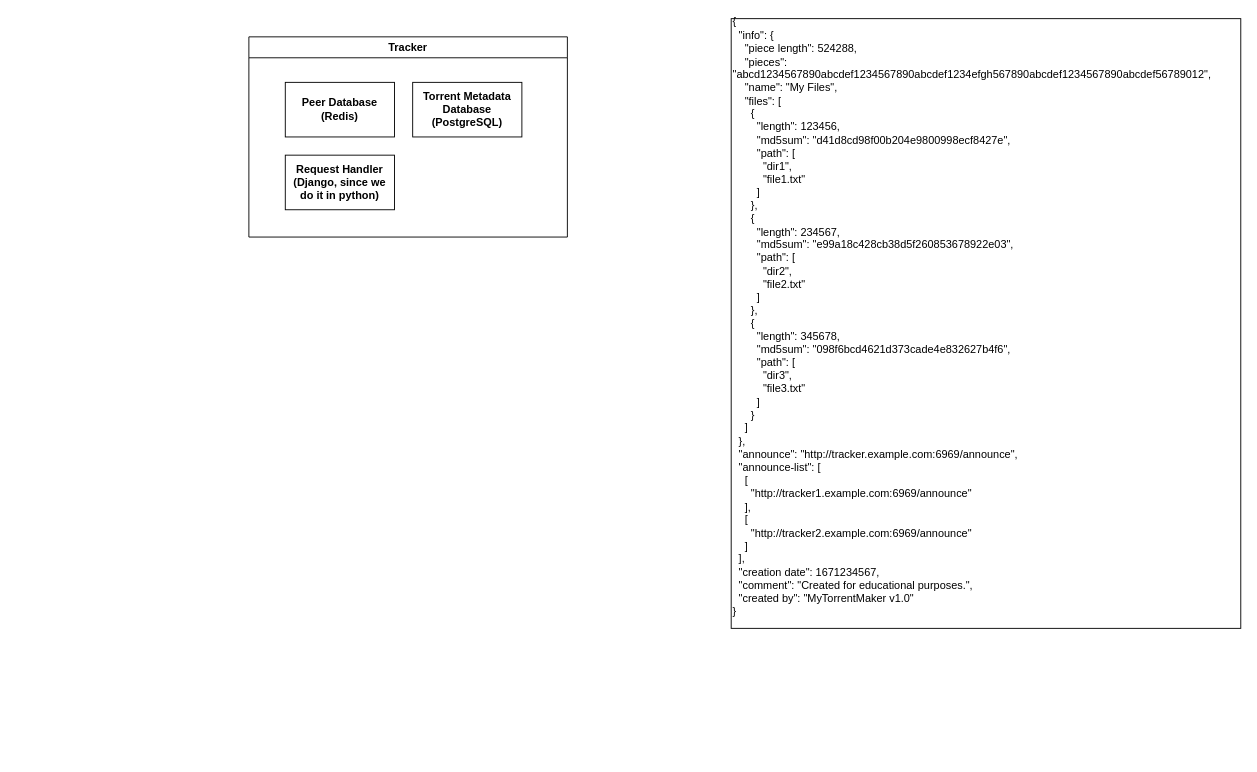
NhanHoThanh/draw.io keeps this draw.io diagram as drawings/ComNet.drawio. Above is the earlier version. Source tidied: cells renumbered, new cells numbered last; positions are measured from the earlier drawing's top-left corner, leaving out a move shared by most shapes. Both pictures are drawn from the tidied source at 91%, with x=0, y=0 at pixel (248, 18).
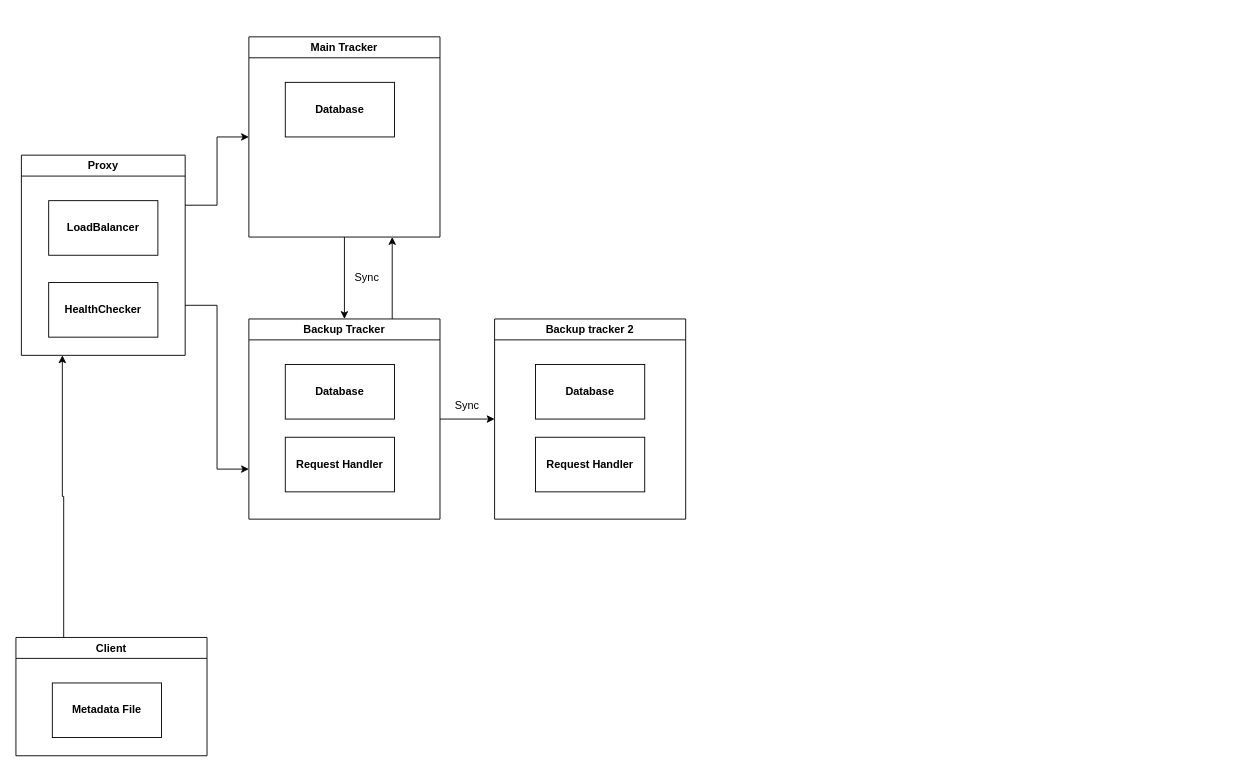
The same page after the edit.

Diff of the diagram source:
```diff
@@
+    <mxCell id="7" style="edgeStyle=orthogonalEdgeStyle;rounded=0;jettySize=auto;html=1;exitX=0.5;exitY=1;exitDx=0;exitDy=0;entryX=0.5;entryY=0;entryDx=0;entryDy=0;" parent="1" edge="1" source="2" target="15">
+      <mxGeometry relative="1" as="geometry" />
+    </mxCell>
-    <mxCell id="2" value="Tracker" style="swimlane;whiteSpace=wrap;html=1;" parent="1" vertex="1">
-      <mxGeometry y="20" width="350" height="220" as="geometry" />
+    <mxCell id="2" value="Main Tracker" style="swimlane;whiteSpace=wrap;html=1;startSize=23;" parent="1" vertex="1">
+      <mxGeometry y="20" width="210" height="220" as="geometry" />
     </mxCell>
-    <mxCell id="3" value="&lt;b&gt;Peer Database&lt;/b&gt;&lt;div&gt;&lt;b&gt;(Redis)&lt;/b&gt;&lt;/div&gt;" style="rounded=0;whiteSpace=wrap;html=1;" parent="2" vertex="1">
+    <mxCell id="3" value="&lt;b&gt;Database&lt;/b&gt;" style="rounded=0;whiteSpace=wrap;html=1;" parent="2" vertex="1">
       <mxGeometry x="40" y="50" width="120" height="60" as="geometry" />
     </mxCell>
-    <mxCell id="4" value="&lt;strong&gt;Torrent Metadata Database&lt;/strong&gt;&lt;div&gt;&lt;strong&gt;(PostgreSQL)&lt;/strong&gt;&lt;/div&gt;" style="rounded=0;whiteSpace=wrap;html=1;" parent="2" vertex="1">
-      <mxGeometry x="180" y="50" width="120" height="60" as="geometry" />
-    </mxCell>
+    <mxCell id="8" style="edgeStyle=orthogonalEdgeStyle;rounded=0;jettySize=auto;html=1;exitX=1;exitY=0.25;exitDx=0;exitDy=0;entryX=0;entryY=0.5;entryDx=0;entryDy=0;" parent="1" edge="1" source="10" target="2">
+      <mxGeometry relative="1" as="geometry" />
+    </mxCell>
+    <mxCell id="9" style="edgeStyle=orthogonalEdgeStyle;rounded=0;jettySize=auto;html=1;exitX=1;exitY=0.75;exitDx=0;exitDy=0;entryX=0;entryY=0.75;entryDx=0;entryDy=0;" parent="1" edge="1" source="10" target="15">
+      <mxGeometry relative="1" as="geometry" />
+    </mxCell>
+    <mxCell id="10" value="Proxy" style="swimlane;whiteSpace=wrap;html=1;startSize=23;" parent="1" vertex="1">
+      <mxGeometry x="-250" y="150" width="180" height="220" as="geometry" />
+    </mxCell>
+    <mxCell id="11" value="&lt;b&gt;LoadBalancer&lt;/b&gt;" style="rounded=0;whiteSpace=wrap;html=1;" parent="10" vertex="1">
+      <mxGeometry x="30" y="50" width="120" height="60" as="geometry" />
+    </mxCell>
+    <mxCell id="12" value="&lt;b&gt;HealthChecker&lt;/b&gt;" style="rounded=0;whiteSpace=wrap;html=1;" parent="10" vertex="1">
+      <mxGeometry x="30" y="140" width="120" height="60" as="geometry" />
+    </mxCell>
+    <mxCell id="13" style="edgeStyle=orthogonalEdgeStyle;rounded=0;jettySize=auto;html=1;exitX=0.75;exitY=0;exitDx=0;exitDy=0;entryX=0.75;entryY=1;entryDx=0;entryDy=0;" parent="1" edge="1" source="15" target="2">
+      <mxGeometry relative="1" as="geometry" />
+    </mxCell>
+    <mxCell id="14" style="edgeStyle=orthogonalEdgeStyle;rounded=0;jettySize=auto;html=1;exitX=1;exitY=0.5;exitDx=0;exitDy=0;entryX=0;entryY=0.5;entryDx=0;entryDy=0;" parent="1" edge="1" source="15" target="17">
+      <mxGeometry relative="1" as="geometry" />
+    </mxCell>
+    <mxCell id="15" value="Backup Tracker" style="swimlane;whiteSpace=wrap;html=1;startSize=23;" parent="1" vertex="1">
+      <mxGeometry y="330" width="210" height="220" as="geometry" />
+    </mxCell>
+    <mxCell id="16" value="&lt;b&gt;Database&lt;/b&gt;" style="rounded=0;whiteSpace=wrap;html=1;" parent="15" vertex="1">
+      <mxGeometry x="40" y="50" width="120" height="60" as="geometry" />
+    </mxCell>
-    <mxCell id="5" value="&lt;b&gt;Request Handler&lt;br&gt;(Django, since we do it in python)&lt;/b&gt;" style="rounded=0;whiteSpace=wrap;html=1;" parent="2" vertex="1">
+    <mxCell id="5" value="&lt;b&gt;Request Handler&lt;/b&gt;" style="rounded=0;whiteSpace=wrap;html=1;" parent="15" vertex="1">
       <mxGeometry x="40" y="130" width="120" height="60" as="geometry" />
     </mxCell>
-    <mxCell id="6" value="&lt;div&gt;{&lt;/div&gt;&lt;div&gt;&amp;nbsp; &quot;info&quot;: {&lt;/div&gt;&lt;div&gt;&amp;nbsp; &amp;nbsp; &quot;piece length&quot;: 524288,&lt;/div&gt;&lt;div&gt;&amp;nbsp; &amp;nbsp; &quot;pieces&quot;: &quot;abcd1234567890abcdef1234567890abcdef1234efgh567890abcdef1234567890abcdef56789012&quot;,&lt;/div&gt;&lt;div&gt;&amp;nbsp; &amp;nbsp; &quot;name&quot;: &quot;My Files&quot;,&lt;/div&gt;&lt;div&gt;&amp;nbsp; &amp;nbsp; &quot;files&quot;: [&lt;/div&gt;&lt;div&gt;&amp;nbsp; &amp;nbsp; &amp;nbsp; {&lt;/div&gt;&lt;div&gt;&amp;nbsp; &amp;nbsp; &amp;nbsp; &amp;nbsp; &quot;length&quot;: 123456,&lt;/div&gt;&lt;div&gt;&amp;nbsp; &amp;nbsp; &amp;nbsp; &amp;nbsp; &quot;md5sum&quot;: &quot;d41d8cd98f00b204e9800998ecf8427e&quot;,&lt;/div&gt;&lt;div&gt;&amp;nbsp; &amp;nbsp; &amp;nbsp; &amp;nbsp; &quot;path&quot;: [&lt;/div&gt;&lt;div&gt;&amp;nbsp; &amp;nbsp; &amp;nbsp; &amp;nbsp; &amp;nbsp; &quot;dir1&quot;,&lt;/div&gt;&lt;div&gt;&amp;nbsp; &amp;nbsp; &amp;nbsp; &amp;nbsp; &amp;nbsp; &quot;file1.txt&quot;&lt;/div&gt;&lt;div&gt;&amp;nbsp; &amp;nbsp; &amp;nbsp; &amp;nbsp; ]&lt;/div&gt;&lt;div&gt;&amp;nbsp; &amp;nbsp; &amp;nbsp; },&lt;/div&gt;&lt;div&gt;&amp;nbsp; &amp;nbsp; &amp;nbsp; {&lt;/div&gt;&lt;div&gt;&amp;nbsp; &amp;nbsp; &amp;nbsp; &amp;nbsp; &quot;length&quot;: 234567,&lt;/div&gt;&lt;div&gt;&amp;nbsp; &amp;nbsp; &amp;nbsp; &amp;nbsp; &quot;md5sum&quot;: &quot;e99a18c428cb38d5f260853678922e03&quot;,&lt;/div&gt;&lt;div&gt;&amp;nbsp; &amp;nbsp; &amp;nbsp; &amp;nbsp; &quot;path&quot;: [&lt;/div&gt;&lt;div&gt;&amp;nbsp; &amp;nbsp; &amp;nbsp; &amp;nbsp; &amp;nbsp; &quot;dir2&quot;,&lt;/div&gt;&lt;div&gt;&amp;nbsp; &amp;nbsp; &amp;nbsp; &amp;nbsp; &amp;nbsp; &quot;file2.txt&quot;&lt;/div&gt;&lt;div&gt;&amp;nbsp; &amp;nbsp; &amp;nbsp; &amp;nbsp; ]&lt;/div&gt;&lt;div&gt;&amp;nbsp; &amp;nbsp; &amp;nbsp; },&lt;/div&gt;&lt;div&gt;&amp;nbsp; &amp;nbsp; &amp;nbsp; {&lt;/div&gt;&lt;div&gt;&amp;nbsp; &amp;nbsp; &amp;nbsp; &amp;nbsp; &quot;length&quot;: 345678,&lt;/div&gt;&lt;div&gt;&amp;nbsp; &amp;nbsp; &amp;nbsp; &amp;nbsp; &quot;md5sum&quot;: &quot;098f6bcd4621d373cade4e832627b4f6&quot;,&lt;/div&gt;&lt;div&gt;&amp;nbsp; &amp;nbsp; &amp;nbsp; &amp;nbsp; &quot;path&quot;: [&lt;/div&gt;&lt;div&gt;&amp;nbsp; &amp;nbsp; &amp;nbsp; &amp;nbsp; &amp;nbsp; &quot;dir3&quot;,&lt;/div&gt;&lt;div&gt;&amp;nbsp; &amp;nbsp; &amp;nbsp; &amp;nbsp; &amp;nbsp; &quot;file3.txt&quot;&lt;/div&gt;&lt;div&gt;&amp;nbsp; &amp;nbsp; &amp;nbsp; &amp;nbsp; ]&lt;/div&gt;&lt;div&gt;&amp;nbsp; &amp;nbsp; &amp;nbsp; }&lt;/div&gt;&lt;div&gt;&amp;nbsp; &amp;nbsp; ]&lt;/div&gt;&lt;div&gt;&amp;nbsp; },&lt;/div&gt;&lt;div&gt;&amp;nbsp; &quot;announce&quot;: &quot;http://tracker.example.com:6969/announce&quot;,&lt;/div&gt;&lt;div&gt;&amp;nbsp; &quot;announce-list&quot;: [&lt;/div&gt;&lt;div&gt;&amp;nbsp; &amp;nbsp; [&lt;/div&gt;&lt;div&gt;&amp;nbsp; &amp;nbsp; &amp;nbsp; &quot;http://tracker1.example.com:6969/announce&quot;&lt;/div&gt;&lt;div&gt;&amp;nbsp; &amp;nbsp; ],&lt;/div&gt;&lt;div&gt;&amp;nbsp; &amp;nbsp; [&lt;/div&gt;&lt;div&gt;&amp;nbsp; &amp;nbsp; &amp;nbsp; &quot;http://tracker2.example.com:6969/announce&quot;&lt;/div&gt;&lt;div&gt;&amp;nbsp; &amp;nbsp; ]&lt;/div&gt;&lt;div&gt;&amp;nbsp; ],&lt;/div&gt;&lt;div&gt;&amp;nbsp; &quot;creation date&quot;: 1671234567,&lt;/div&gt;&lt;div&gt;&amp;nbsp; &quot;comment&quot;: &quot;Created for educational purposes.&quot;,&lt;/div&gt;&lt;div&gt;&amp;nbsp; &quot;created by&quot;: &quot;MyTorrentMaker v1.0&quot;&lt;/div&gt;&lt;div&gt;}&lt;/div&gt;&lt;div&gt;&lt;br&gt;&lt;/div&gt;" style="rounded=0;whiteSpace=wrap;html=1;align=left;" parent="1" vertex="1">
-      <mxGeometry x="530" width="560" height="670" as="geometry" />
-    </mxCell>
+    <mxCell id="17" value="Backup tracker 2" style="swimlane;whiteSpace=wrap;html=1;startSize=23;" parent="1" vertex="1">
+      <mxGeometry x="270" y="330" width="210" height="220" as="geometry" />
+    </mxCell>
+    <mxCell id="18" value="&lt;b&gt;Database&lt;/b&gt;" style="rounded=0;whiteSpace=wrap;html=1;" parent="17" vertex="1">
+      <mxGeometry x="45" y="50" width="120" height="60" as="geometry" />
+    </mxCell>
+    <mxCell id="19" value="&lt;b&gt;Request Handler&lt;/b&gt;" style="rounded=0;whiteSpace=wrap;html=1;" parent="17" vertex="1">
+      <mxGeometry x="45" y="130" width="120" height="60" as="geometry" />
+    </mxCell>
+    <mxCell id="20" value="Sync" style="text;html=1;align=center;verticalAlign=middle;whiteSpace=wrap;rounded=0;" parent="1" vertex="1">
+      <mxGeometry x="100" y="270" width="60" height="30" as="geometry" />
+    </mxCell>
+    <mxCell id="21" value="Sync" style="text;html=1;align=center;verticalAlign=middle;whiteSpace=wrap;rounded=0;" parent="1" vertex="1">
+      <mxGeometry x="210" y="410" width="60" height="30" as="geometry" />
+    </mxCell>
+    <mxCell id="22" style="edgeStyle=orthogonalEdgeStyle;rounded=0;jettySize=auto;html=1;exitX=0.25;exitY=0;exitDx=0;exitDy=0;entryX=0.25;entryY=1;entryDx=0;entryDy=0;" parent="1" edge="1" source="23" target="10">
+      <mxGeometry relative="1" as="geometry" />
+    </mxCell>
+    <mxCell id="23" value="Client" style="swimlane;whiteSpace=wrap;html=1;startSize=23;" parent="1" vertex="1">
+      <mxGeometry x="-256" y="680" width="210" height="130" as="geometry" />
+    </mxCell>
+    <mxCell id="24" value="&lt;b&gt;Metadata File&lt;/b&gt;" style="rounded=0;whiteSpace=wrap;html=1;" parent="23" vertex="1">
+      <mxGeometry x="40" y="50" width="120" height="60" as="geometry" />
+    </mxCell>
```
